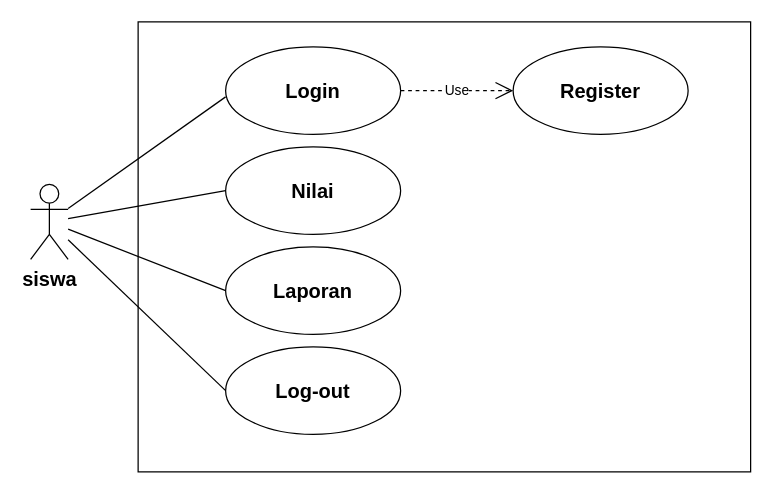
This is page "use case siswa" (2 of 6) of Diagram Tanpa Judul.drawio from saidhanani984/tugas-project, a draw.io file, before an edit. Source tidied: cells renumbered, new cells numbered last; positions are measured from the earlier drawing's top-left corner, leaving out a move shared by most shapes. Both pictures are drawn from the tidied source at 125%, with x=0, y=0 at pixel (30, 21).
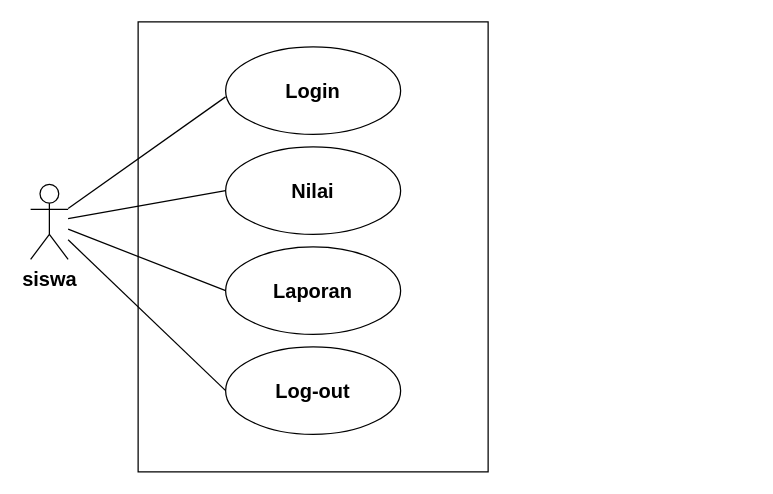
After the change.

Change to the diagram source:
```diff
@@
 <mxGraphModel>
   <root>
     <mxCell id="0" />
     <mxCell id="1" parent="0" />
     <mxCell id="2" style="html=1;whiteSpace=wrap;fontStyle=1;fontSize=16;" parent="1" vertex="1">
-      <mxGeometry x="86" width="490" height="360" as="geometry" />
+      <mxGeometry x="86" width="280" height="360" as="geometry" />
     </mxCell>
     <mxCell id="3" style="rounded=0;jettySize=auto;html=1;endArrow=none;endFill=0;" parent="1" edge="1" source="6">
       <mxGeometry relative="1" as="geometry">
         <mxPoint x="156" y="60" as="targetPoint" />
       </mxGeometry>
     </mxCell>
     <mxCell id="4" style="edgeStyle=none;rounded=0;jettySize=auto;html=1;endArrow=none;endFill=0;entryX=0;entryY=0.5;entryDx=0;entryDy=0;" parent="1" edge="1" source="6" target="8">
       <mxGeometry relative="1" as="geometry" />
     </mxCell>
     <mxCell id="5" style="edgeStyle=none;rounded=0;jettySize=auto;html=1;entryX=0;entryY=0.5;entryDx=0;entryDy=0;endArrow=none;endFill=0;" parent="1" edge="1" source="6" target="12">
       <mxGeometry relative="1" as="geometry" />
     </mxCell>
     <mxCell id="6" value="siswa" style="shape=umlActor;verticalLabelPosition=bottom;verticalAlign=top;html=1;fontStyle=1;fontSize=16;" parent="1" vertex="1">
       <mxGeometry y="130" width="30" height="60" as="geometry" />
     </mxCell>
     <mxCell id="7" value="Login" style="ellipse;whiteSpace=wrap;html=1;fontStyle=1;fontSize=16;" parent="1" vertex="1">
       <mxGeometry x="156" y="20" width="140" height="70" as="geometry" />
     </mxCell>
     <mxCell id="8" value="&lt;span style=&quot;background-color: initial;&quot;&gt;Nilai&lt;/span&gt;" style="ellipse;whiteSpace=wrap;html=1;fontStyle=1;fontSize=16;" parent="1" vertex="1">
       <mxGeometry x="156" y="100" width="140" height="70" as="geometry" />
     </mxCell>
     <mxCell id="9" value="Laporan" style="ellipse;whiteSpace=wrap;html=1;fontStyle=1;fontSize=16;" parent="1" vertex="1">
       <mxGeometry x="156" y="180" width="140" height="70" as="geometry" />
     </mxCell>
-    <mxCell id="10" value="Register" style="ellipse;whiteSpace=wrap;html=1;fontStyle=1;fontSize=16;" parent="1" vertex="1">
-      <mxGeometry x="386" y="20" width="140" height="70" as="geometry" />
-    </mxCell>
     <mxCell id="11" style="edgeStyle=none;rounded=0;jettySize=auto;html=1;endArrow=none;endFill=0;entryX=0;entryY=0.5;entryDx=0;entryDy=0;" parent="1" edge="1" source="6" target="9">
       <mxGeometry relative="1" as="geometry" />
     </mxCell>
     <mxCell id="12" value="Log-out" style="ellipse;whiteSpace=wrap;html=1;fontStyle=1;fontSize=16;" parent="1" vertex="1">
       <mxGeometry x="156" y="260" width="140" height="70" as="geometry" />
     </mxCell>
-    <mxCell id="13" value="Use" style="endArrow=open;endSize=12;dashed=1;html=1;rounded=0;exitX=1;exitY=0.5;exitDx=0;exitDy=0;entryX=0;entryY=0.5;entryDx=0;entryDy=0;" parent="1" edge="1" source="7" target="10">
-      <mxGeometry relative="1" as="geometry" />
-    </mxCell>
   </root>
 </mxGraphModel>
```
